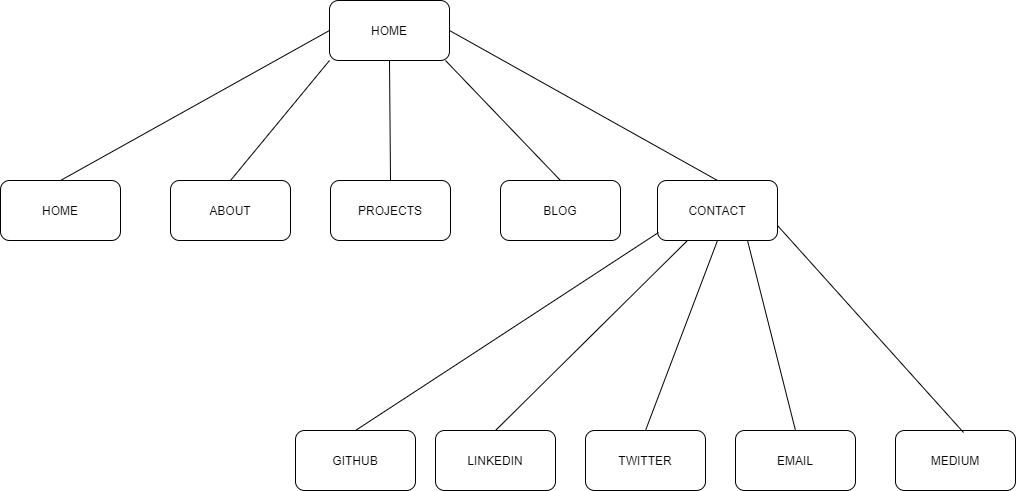
The draw.io diagram docs/sitemap.png in andrewtrandev/PortfolioV2, before a commit. Source tidied: cells renumbered, new cells last; positions are measured from the earlier drawing's top-left corner, leaving out a move shared by most shapes.
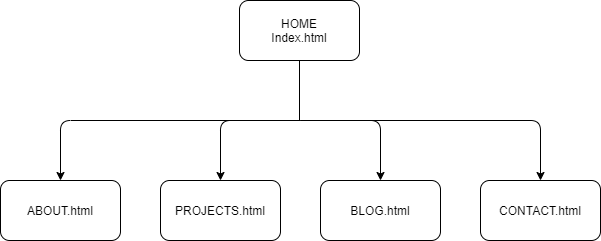
After the change.

Change to the diagram source:
```diff
@@ -2,70 +2,57 @@
   <root>
     <mxCell id="0" />
     <mxCell id="1" parent="0" />
-    <mxCell id="2" value="HOME" style="rounded=1;whiteSpace=wrap;html=1;" parent="1" vertex="1">
-      <mxGeometry x="329" width="120" height="60" as="geometry" />
+    <mxCell id="2" value="HOME&lt;br&gt;Index.html" style="rounded=1;whiteSpace=wrap;html=1;" parent="1" vertex="1">
+      <mxGeometry x="204" y="-140" width="120" height="60" as="geometry" />
     </mxCell>
-    <mxCell id="3" value="HOME" style="rounded=1;whiteSpace=wrap;html=1;" parent="1" vertex="1">
-      <mxGeometry y="180" width="120" height="60" as="geometry" />
-    </mxCell>
-    <mxCell id="4" value="ABOUT" style="rounded=1;whiteSpace=wrap;html=1;" parent="1" vertex="1">
-      <mxGeometry x="170" y="180" width="120" height="60" as="geometry" />
+    <mxCell id="4" value="ABOUT.html" style="rounded=1;whiteSpace=wrap;html=1;" parent="1" vertex="1">
+      <mxGeometry x="-35" y="40" width="120" height="60" as="geometry" />
     </mxCell>
-    <mxCell id="5" value="PROJECTS" style="rounded=1;whiteSpace=wrap;html=1;" parent="1" vertex="1">
-      <mxGeometry x="330" y="180" width="120" height="60" as="geometry" />
+    <mxCell id="5" value="PROJECTS.html" style="rounded=1;whiteSpace=wrap;html=1;" parent="1" vertex="1">
+      <mxGeometry x="125" y="40" width="120" height="60" as="geometry" />
     </mxCell>
-    <mxCell id="6" value="BLOG" style="rounded=1;whiteSpace=wrap;html=1;" parent="1" vertex="1">
-      <mxGeometry x="500" y="180" width="120" height="60" as="geometry" />
+    <mxCell id="6" value="BLOG.html" style="rounded=1;whiteSpace=wrap;html=1;" parent="1" vertex="1">
+      <mxGeometry x="285" y="40" width="120" height="60" as="geometry" />
     </mxCell>
-    <mxCell id="7" value="CONTACT" style="rounded=1;whiteSpace=wrap;html=1;" parent="1" vertex="1">
-      <mxGeometry x="657" y="180" width="120" height="60" as="geometry" />
+    <mxCell id="7" value="CONTACT.html" style="rounded=1;whiteSpace=wrap;html=1;" parent="1" vertex="1">
+      <mxGeometry x="445" y="40" width="120" height="60" as="geometry" />
     </mxCell>
-    <mxCell id="8" style="endArrow=none;html=1;entryX=0.5;entryY=1;entryDx=0;entryDy=0;exitX=0.5;exitY=0;exitDx=0;exitDy=0;" parent="1" edge="1" source="5" target="2">
-      <mxGeometry relative="1" as="geometry" />
-    </mxCell>
-    <mxCell id="9" style="endArrow=none;html=1;exitX=0.5;exitY=0;exitDx=0;exitDy=0;entryX=0;entryY=1;entryDx=0;entryDy=0;" parent="1" edge="1" source="4" target="2">
-      <mxGeometry relative="1" as="geometry" />
-    </mxCell>
-    <mxCell id="10" style="endArrow=none;html=1;exitX=0.5;exitY=0;exitDx=0;exitDy=0;" parent="1" edge="1" source="6">
-      <mxGeometry relative="1" as="geometry">
-        <mxPoint x="445" y="60" as="targetPoint" />
-      </mxGeometry>
-    </mxCell>
-    <mxCell id="11" style="endArrow=none;html=1;entryX=0;entryY=0.5;entryDx=0;entryDy=0;exitX=0.5;exitY=0;exitDx=0;exitDy=0;" parent="1" edge="1" source="3" target="2">
-      <mxGeometry relative="1" as="geometry" />
-    </mxCell>
-    <mxCell id="12" style="endArrow=none;html=1;entryX=1;entryY=0.5;entryDx=0;entryDy=0;exitX=0.5;exitY=0;exitDx=0;exitDy=0;" parent="1" edge="1" source="7" target="2">
-      <mxGeometry relative="1" as="geometry" />
-    </mxCell>
-    <mxCell id="13" value="GITHUB" style="rounded=1;whiteSpace=wrap;html=1;" parent="1" vertex="1">
-      <mxGeometry x="295" y="430" width="120" height="60" as="geometry" />
-    </mxCell>
-    <mxCell id="14" style="endArrow=none;html=1;exitX=0.5;exitY=0;exitDx=0;exitDy=0;entryX=0.008;entryY=0.867;entryDx=0;entryDy=0;entryPerimeter=0;" parent="1" edge="1" source="13" target="7">
-      <mxGeometry relative="1" as="geometry" />
-    </mxCell>
-    <mxCell id="15" value="LINKEDIN" style="rounded=1;whiteSpace=wrap;html=1;" parent="1" vertex="1">
-      <mxGeometry x="435" y="430" width="120" height="60" as="geometry" />
-    </mxCell>
-    <mxCell id="16" style="endArrow=none;html=1;entryX=0.25;entryY=1;entryDx=0;entryDy=0;exitX=0.5;exitY=0;exitDx=0;exitDy=0;" parent="1" edge="1" source="15" target="7">
-      <mxGeometry relative="1" as="geometry" />
-    </mxCell>
-    <mxCell id="17" value="TWITTER" style="rounded=1;whiteSpace=wrap;html=1;" parent="1" vertex="1">
-      <mxGeometry x="585" y="430" width="120" height="60" as="geometry" />
-    </mxCell>
-    <mxCell id="18" value="MEDIUM" style="rounded=1;whiteSpace=wrap;html=1;" parent="1" vertex="1">
-      <mxGeometry x="895" y="430" width="120" height="60" as="geometry" />
-    </mxCell>
-    <mxCell id="19" value="EMAIL" style="rounded=1;whiteSpace=wrap;html=1;" parent="1" vertex="1">
-      <mxGeometry x="735" y="430" width="120" height="60" as="geometry" />
-    </mxCell>
-    <mxCell id="20" style="endArrow=none;html=1;entryX=0.5;entryY=1;entryDx=0;entryDy=0;exitX=0.5;exitY=0;exitDx=0;exitDy=0;" parent="1" edge="1" source="17" target="7">
-      <mxGeometry relative="1" as="geometry" />
-    </mxCell>
-    <mxCell id="21" style="endArrow=none;html=1;entryX=0.75;entryY=1;entryDx=0;entryDy=0;exitX=0.5;exitY=0;exitDx=0;exitDy=0;" parent="1" edge="1" source="19" target="7">
-      <mxGeometry relative="1" as="geometry" />
-    </mxCell>
-    <mxCell id="22" style="endArrow=none;html=1;entryX=1;entryY=0.75;entryDx=0;entryDy=0;exitX=0.567;exitY=0.033;exitDx=0;exitDy=0;exitPerimeter=0;" parent="1" edge="1" source="18" target="7">
-      <mxGeometry relative="1" as="geometry" />
-    </mxCell>
+    <mxCell id="23" style="endArrow=none;html=1;entryX=0.5;entryY=1;entryDx=0;entryDy=0;" parent="1" edge="1" target="2">
+      <mxGeometry relative="1" as="geometry">
+        <mxPoint x="264" y="-20" as="sourcePoint" />
+      </mxGeometry>
+    </mxCell>
+    <mxCell id="24" style="endArrow=classic;html=1;entryX=0.5;entryY=0;entryDx=0;entryDy=0;" parent="1" edge="1" target="7">
+      <mxGeometry relative="1" as="geometry">
+        <mxPoint x="265" y="-20" as="sourcePoint" />
+        <Array as="points">
+          <mxPoint x="505" y="-20" />
+        </Array>
+      </mxGeometry>
+    </mxCell>
+    <mxCell id="25" style="endArrow=classic;html=1;entryX=0.5;entryY=0;entryDx=0;entryDy=0;" parent="1" edge="1" target="4">
+      <mxGeometry relative="1" as="geometry">
+        <mxPoint x="265" y="-20" as="sourcePoint" />
+        <Array as="points">
+          <mxPoint x="25" y="-20" />
+        </Array>
+      </mxGeometry>
+    </mxCell>
+    <mxCell id="26" style="endArrow=classic;html=1;entryX=0.5;entryY=0;entryDx=0;entryDy=0;" parent="1" edge="1" target="6">
+      <mxGeometry relative="1" as="geometry">
+        <mxPoint x="265" y="-20" as="sourcePoint" />
+        <Array as="points">
+          <mxPoint x="345" y="-20" />
+        </Array>
+      </mxGeometry>
+    </mxCell>
+    <mxCell id="27" style="endArrow=classic;html=1;entryX=0.5;entryY=0;entryDx=0;entryDy=0;" parent="1" edge="1" target="5">
+      <mxGeometry relative="1" as="geometry">
+        <mxPoint x="265" y="-20" as="sourcePoint" />
+        <Array as="points">
+          <mxPoint x="185" y="-20" />
+        </Array>
+      </mxGeometry>
+    </mxCell>
   </root>
 </mxGraphModel>
```
